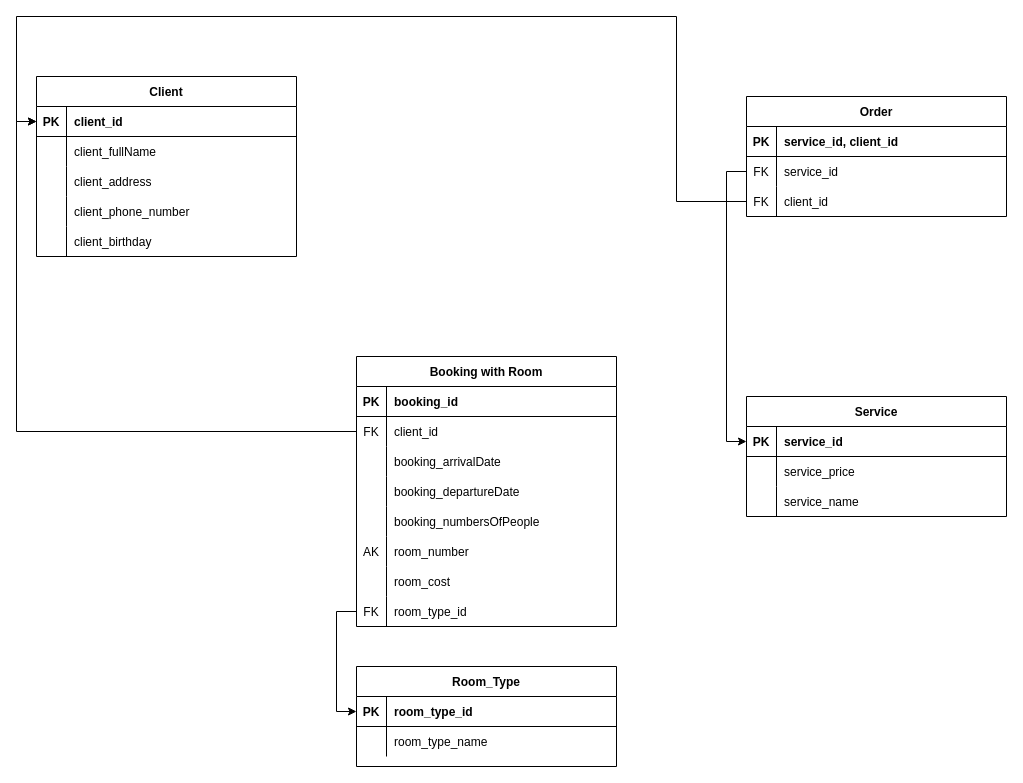
Earlier version of the draw.io diagram page "Физическая схема" (2 of 2) of doc/hotel_diagrams.drawio (sahland/Hotel). Source tidied: cells renumbered, new cells numbered last; positions are measured from the earlier drawing's top-left corner, leaving out a move shared by most shapes. Both pictures are drawn from the tidied source at 100%, with x=0, y=0 at pixel (16, 16).
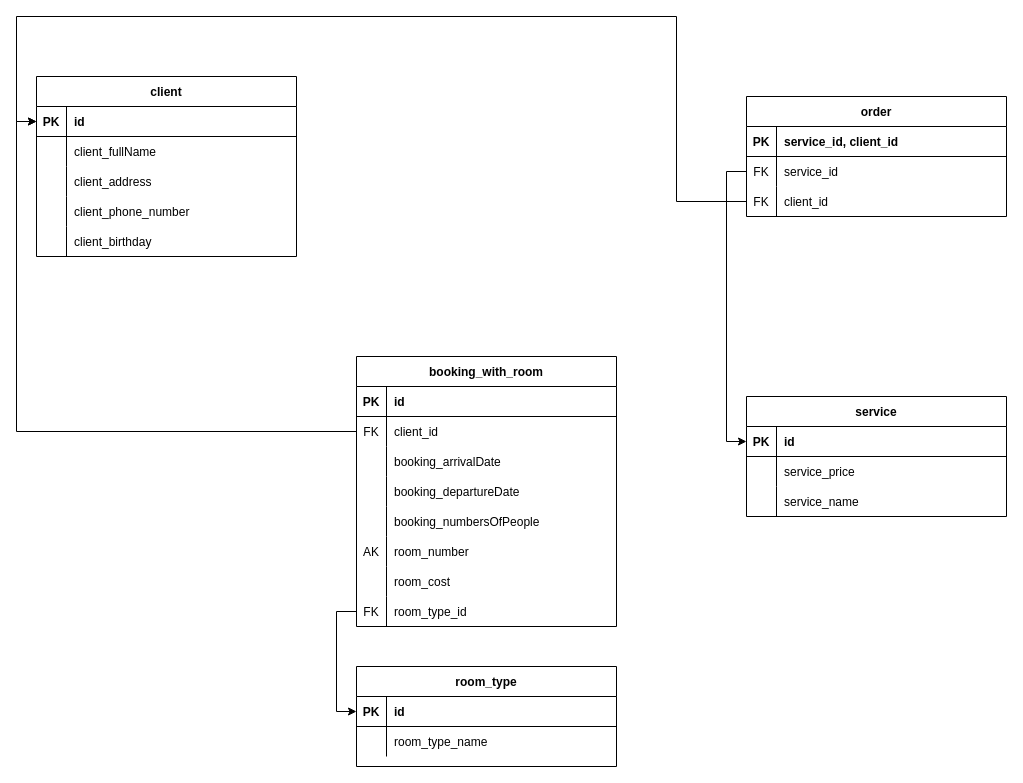
After the change.

The change refers to these unchanged cells:
```xml
<mxCell id="3" style="shape=tableRow;horizontal=0;startSize=0;swimlaneHead=0;swimlaneBody=0;fillColor=none;points=[[0,0.5],[1,0.5]];portConstraint=eastwest;top=0;left=0;right=0;bottom=1;" parent="2" vertex="1">
  <mxGeometry y="30" width="260" height="30" as="geometry" />
</mxCell>
<mxCell id="19" style="shape=tableRow;horizontal=0;startSize=0;swimlaneHead=0;swimlaneBody=0;fillColor=none;top=0;left=0;right=0;bottom=1;" parent="18" vertex="1">
  <mxGeometry y="30" width="260" height="30" as="geometry" />
</mxCell>
<mxCell id="44" style="shape=tableRow;horizontal=0;startSize=0;swimlaneHead=0;swimlaneBody=0;fillColor=none;points=[[0,0.5],[1,0.5]];portConstraint=eastwest;top=0;left=0;right=0;bottom=1;" parent="43" vertex="1">
  <mxGeometry y="30" width="260" height="30" as="geometry" />
</mxCell>
<mxCell id="54" style="shape=tableRow;horizontal=0;startSize=0;swimlaneHead=0;swimlaneBody=0;fillColor=none;points=[[0,0.5],[1,0.5]];portConstraint=eastwest;top=0;left=0;right=0;bottom=1;" parent="53" vertex="1">
  <mxGeometry y="30" width="260" height="30" as="geometry" />
</mxCell>
<mxCell id="65" style="shape=tableRow;horizontal=0;startSize=0;swimlaneHead=0;swimlaneBody=0;fillColor=none;points=[[0,0.5],[1,0.5]];portConstraint=eastwest;top=0;left=0;right=0;bottom=0;" parent="61" vertex="1">
  <mxGeometry y="60" width="260" height="30" as="geometry" />
</mxCell>
```

The edit, as a diff of the source:
```diff
@@
-    <mxCell id="2" value="Client" style="shape=table;startSize=30;childLayout=tableLayout;rowLines=0;fontStyle=1;align=center;" parent="1" vertex="1">
+    <mxCell id="2" value="client" style="shape=table;startSize=30;childLayout=tableLayout;rowLines=0;fontStyle=1;align=center;" parent="1" vertex="1">
       <mxGeometry x="20" y="60" width="260" height="180" as="geometry" />
     </mxCell>
@@
-    <mxCell id="5" value="client_id" style="shape=partialRectangle;fillColor=none;top=0;left=0;bottom=0;right=0;align=left;spacingLeft=6;fontStyle=1;overflow=hidden;" parent="3" vertex="1">
+    <mxCell id="5" value="id" style="shape=partialRectangle;fillColor=none;top=0;left=0;bottom=0;right=0;align=left;spacingLeft=6;fontStyle=1;overflow=hidden;" parent="3" vertex="1">
       <mxGeometry x="30" width="230" height="30" as="geometry" />
     </mxCell>
@@
-    <mxCell id="18" value="Booking with Room" style="shape=table;startSize=30;childLayout=tableLayout;rowLines=0;fontStyle=1;align=center;" parent="1" vertex="1">
+    <mxCell id="18" value="booking_with_room" style="shape=table;startSize=30;childLayout=tableLayout;rowLines=0;fontStyle=1;align=center;" parent="1" vertex="1">
       <mxGeometry x="340" y="340" width="260" height="270" as="geometry" />
     </mxCell>
@@
-    <mxCell id="21" value="booking_id" style="shape=partialRectangle;fillColor=none;top=0;left=0;bottom=0;right=0;align=left;spacingLeft=6;fontStyle=1;overflow=hidden;" parent="19" vertex="1">
+    <mxCell id="21" value="id" style="shape=partialRectangle;fillColor=none;top=0;left=0;bottom=0;right=0;align=left;spacingLeft=6;fontStyle=1;overflow=hidden;" parent="19" vertex="1">
       <mxGeometry x="30" width="230" height="30" as="geometry" />
     </mxCell>
@@
-    <mxCell id="43" value="Service" style="shape=table;startSize=30;childLayout=tableLayout;rowLines=0;fontStyle=1;align=center;" parent="1" vertex="1">
+    <mxCell id="43" value="service" style="shape=table;startSize=30;childLayout=tableLayout;rowLines=0;fontStyle=1;align=center;" parent="1" vertex="1">
       <mxGeometry x="730" y="380" width="260" height="120" as="geometry" />
     </mxCell>
@@
-    <mxCell id="46" value="service_id" style="shape=partialRectangle;fillColor=none;top=0;left=0;bottom=0;right=0;align=left;spacingLeft=6;fontStyle=1;overflow=hidden;" parent="44" vertex="1">
+    <mxCell id="46" value="id" style="shape=partialRectangle;fillColor=none;top=0;left=0;bottom=0;right=0;align=left;spacingLeft=6;fontStyle=1;overflow=hidden;" parent="44" vertex="1">
       <mxGeometry x="30" width="230" height="30" as="geometry" />
     </mxCell>
@@
-    <mxCell id="53" value="Room_Type" style="shape=table;startSize=30;childLayout=tableLayout;rowLines=0;fontStyle=1;align=center;" parent="1" vertex="1">
+    <mxCell id="53" value="room_type" style="shape=table;startSize=30;childLayout=tableLayout;rowLines=0;fontStyle=1;align=center;" parent="1" vertex="1">
       <mxGeometry x="340" y="650" width="260" height="100" as="geometry" />
     </mxCell>
@@
-    <mxCell id="56" value="room_type_id" style="shape=partialRectangle;fillColor=none;top=0;left=0;bottom=0;right=0;align=left;spacingLeft=6;fontStyle=1;overflow=hidden;" parent="54" vertex="1">
+    <mxCell id="56" value="id" style="shape=partialRectangle;fillColor=none;top=0;left=0;bottom=0;right=0;align=left;spacingLeft=6;fontStyle=1;overflow=hidden;" parent="54" vertex="1">
       <mxGeometry x="30" width="230" height="30" as="geometry" />
     </mxCell>
@@
-    <mxCell id="61" value="Order" style="shape=table;startSize=30;childLayout=tableLayout;rowLines=0;fontStyle=1;align=center;" parent="1" vertex="1">
+    <mxCell id="61" value="order" style="shape=table;startSize=30;childLayout=tableLayout;rowLines=0;fontStyle=1;align=center;" parent="1" vertex="1">
       <mxGeometry x="730" y="80" width="260" height="120" as="geometry" />
     </mxCell>
@@
     <mxCell id="71" style="edgeStyle=orthogonalEdgeStyle;rounded=0;jettySize=auto;html=1;exitX=0;exitY=0.5;exitDx=0;exitDy=0;entryX=0;entryY=0.5;entryDx=0;entryDy=0;" parent="1" edge="1" source="65" target="44">
-      <mxGeometry relative="1" as="geometry" />
+      <mxGeometry relative="1" as="geometry">
+        <Array as="points">
+          <mxPoint x="710" y="155" />
+          <mxPoint x="710" y="425" />
+        </Array>
+      </mxGeometry>
     </mxCell>
```
